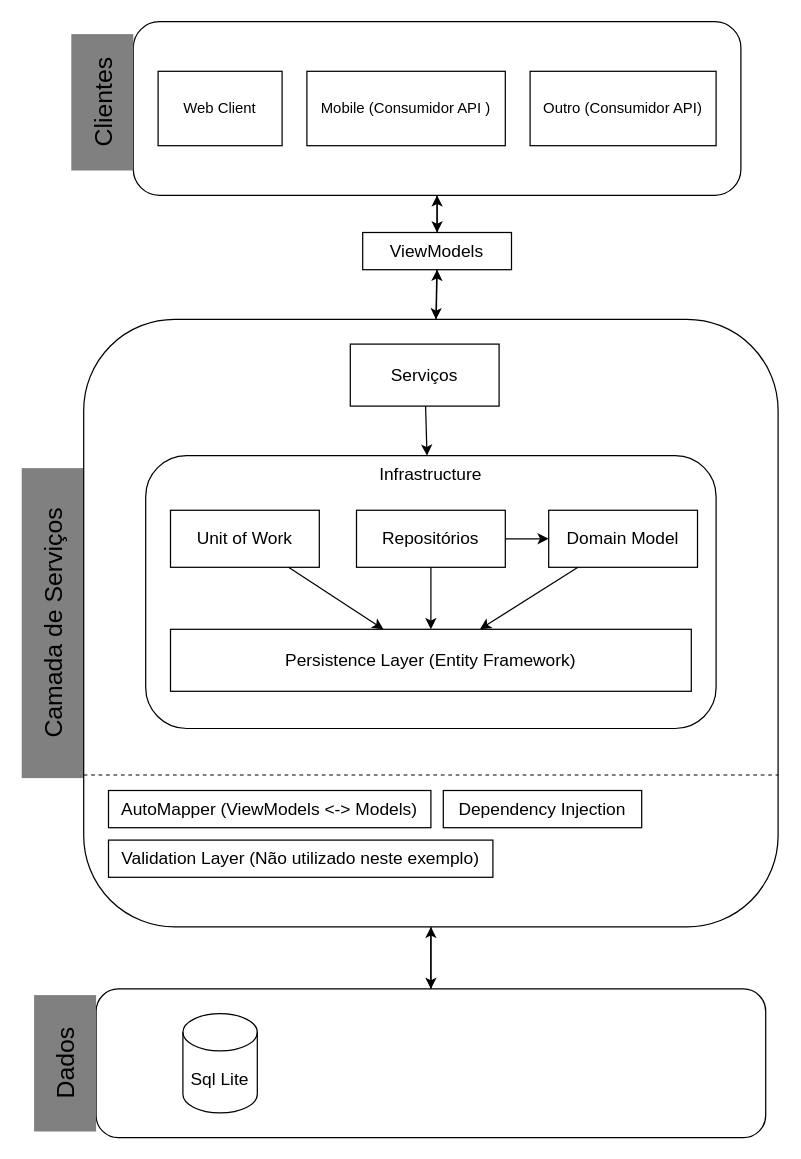
Earlier version of the draw.io diagram Diagrams/Arquitecture.drawio (daniel-scatigno/DesafioMttechne). Source tidied: cells renumbered, new cells numbered last; positions are measured from the earlier drawing's top-left corner, leaving out a move shared by most shapes. Both pictures are drawn from the tidied source at 124%, with x=0, y=0 at pixel (-103, 21).
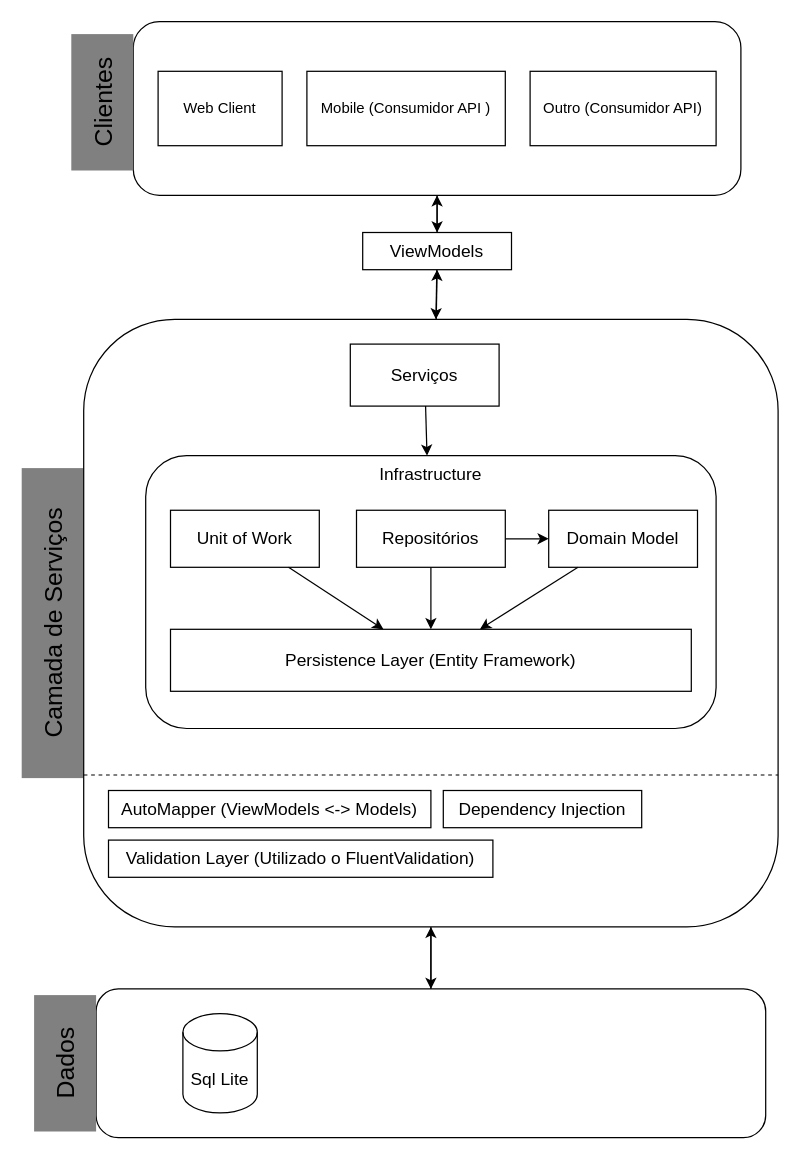
The same page after the edit.

Change to the diagram source:
```diff
@@
-    <mxCell id="29" value="Validation Layer (Não utilizado neste exemplo)" style="rounded=0;whiteSpace=wrap;html=1;fillStyle=solid;strokeWidth=1;fontSize=14;fillColor=default;" parent="1" vertex="1">
+    <mxCell id="29" value="Validation Layer (Utilizado o FluentValidation)" style="rounded=0;whiteSpace=wrap;html=1;fillStyle=solid;strokeWidth=1;fontSize=14;fillColor=default;" parent="1" vertex="1">
       <mxGeometry x="170" y="660" width="310" height="30" as="geometry" />
     </mxCell>
```
